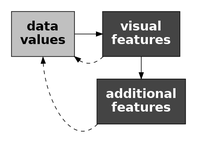
Before: Diagrams/data-vis-vis-decode.png, a diagram exported from Graphviz (pmur002/hdvw). Its source is kept beside it as Diagrams/data-vis-vis-decode.dot. Its diagram source:
```dot
digraph {
  graph [ rankdir=LR; margin=.2; nodesep=.5 ];
  node [ fontsize=20; fontname="sans bold"; margin=.2 ];
  data [ label="data\nvalues"; shape=box; style=filled; fillcolor=gray ]
  vis [ label="visual\nfeatures"; shape=box;
        style=filled; fillcolor="#444444"; fontcolor=white ]
  add [ label="additional\nfeatures"; shape=box;
        style=filled; fillcolor="#444444"; fontcolor=white ]
  data -> vis
  vis -> add
  vis:sw -> data:se [ style="dashed" ]
  add:sw -> data:s [ style="dashed" ]
{ rank=same; vis, add }
}
```
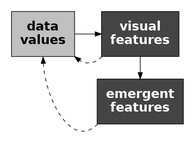
After the commit.

Change to the diagram source:
```diff
@@ -4,7 +4,7 @@
   data [ label="data\nvalues"; shape=box; style=filled; fillcolor=gray ]
   vis [ label="visual\nfeatures"; shape=box;
         style=filled; fillcolor="#444444"; fontcolor=white ]
-  add [ label="additional\nfeatures"; shape=box;
+  add [ label="emergent\nfeatures"; shape=box;
         style=filled; fillcolor="#444444"; fontcolor=white ]
   data -> vis
   vis -> add
```
